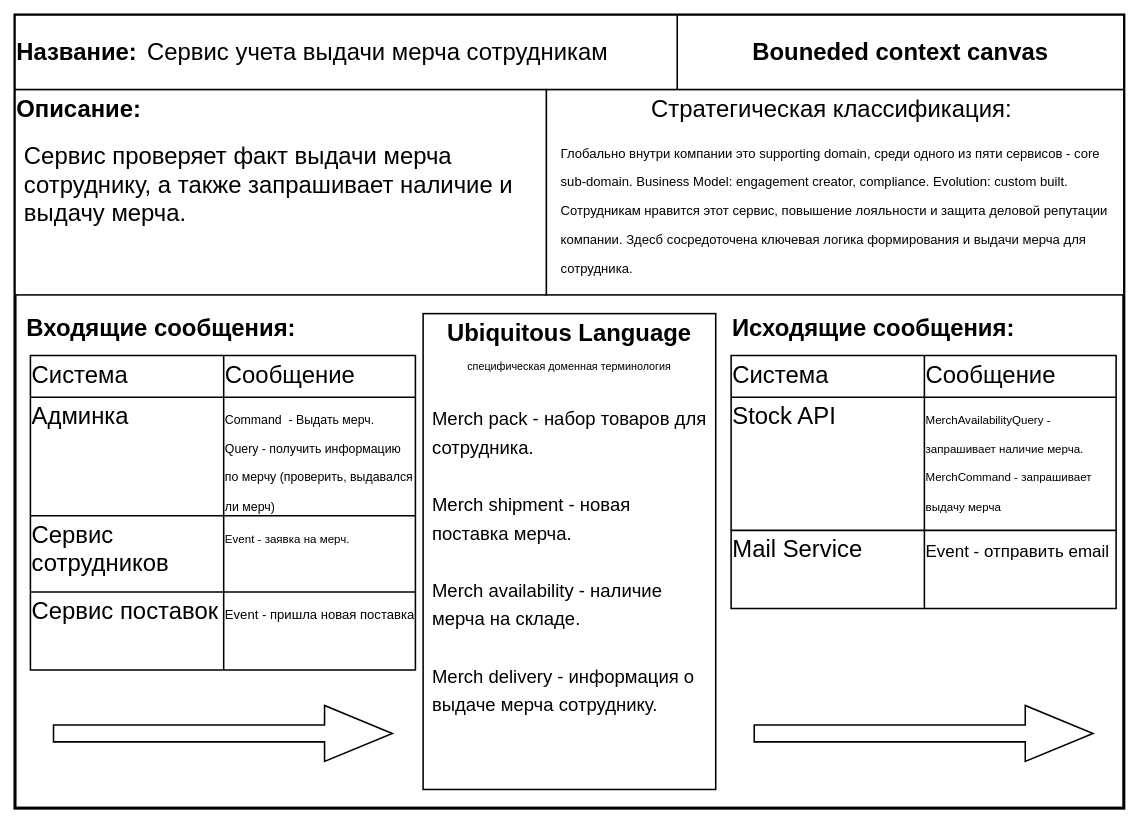
ozon-edu-csharp-2021/askolnik keeps this draw.io diagram as Bounded Context Canvas.drawio. Above is the earlier version. Source tidied: cells renumbered, new cells numbered last; positions are measured from the earlier drawing's top-left corner, leaving out a move shared by most shapes. Both pictures are drawn from the tidied source at 77%, with x=0, y=0 at pixel (15, 15).
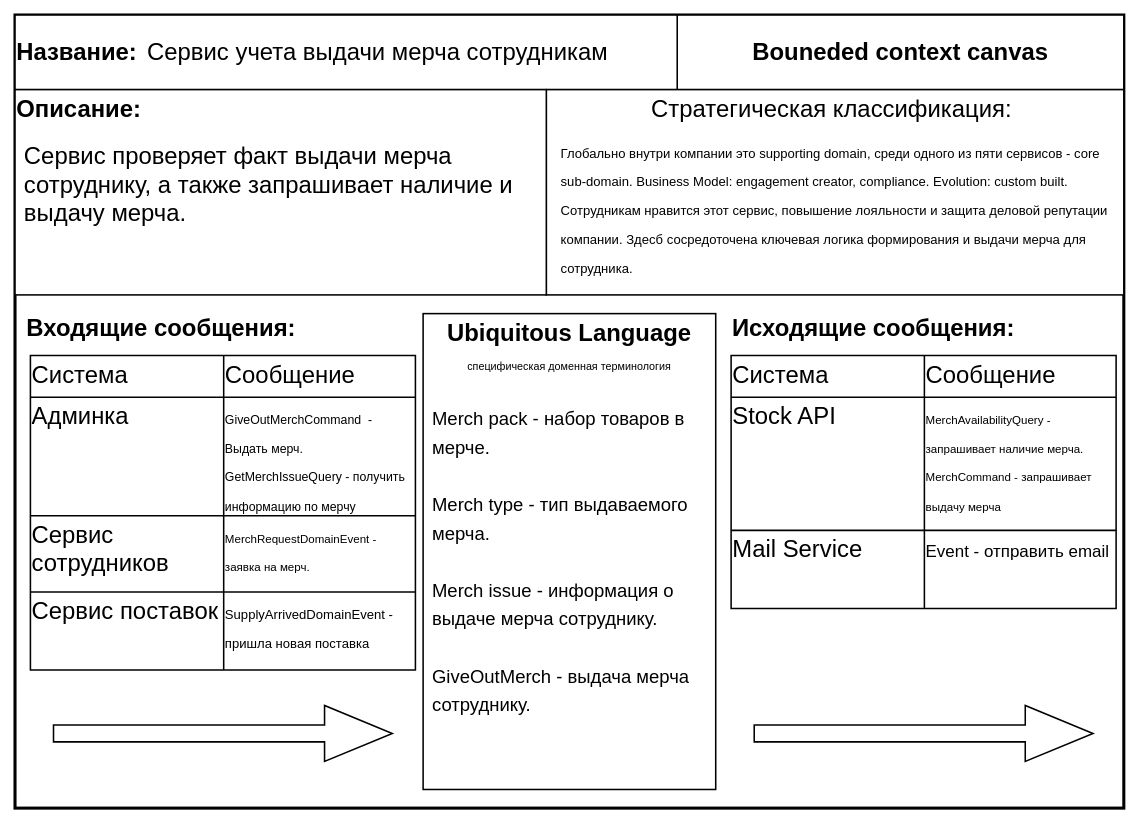
Above is the later version.

The change refers to these unchanged cells:
```xml
<mxCell id="2" style="group;" parent="1" vertex="1">
  <mxGeometry width="1440" height="1030" as="geometry" />
</mxCell>
<mxCell id="13" style="shape=partialRectangle;html=1;whiteSpace=wrap;fillColor=none;top=0;left=0;bottom=0;right=0;rounded=0;shadow=0;glass=0;sketch=0;fontSize=31;strokeColor=default;strokeWidth=2;align=left;verticalAlign=top;" parent="9" vertex="1">
  <mxGeometry y="54" width="500" height="154" as="geometry" />
</mxCell>
<mxCell id="16" style="shape=partialRectangle;html=1;whiteSpace=wrap;fillColor=none;top=0;left=0;bottom=0;right=0;rounded=0;shadow=0;glass=0;sketch=0;fontSize=31;strokeColor=default;strokeWidth=2;align=left;verticalAlign=top;" parent="9" vertex="1">
  <mxGeometry y="208" width="500" height="99" as="geometry" />
</mxCell>
<mxCell id="19" style="shape=partialRectangle;html=1;whiteSpace=wrap;fillColor=none;top=0;left=0;bottom=0;right=0;rounded=0;shadow=0;glass=0;sketch=0;fontSize=31;strokeColor=default;strokeWidth=2;align=left;verticalAlign=top;" parent="9" vertex="1">
  <mxGeometry y="307" width="500" height="101" as="geometry" />
</mxCell>
```

Diff of the diagram source:
```diff
@@
-    <mxCell id="15" value="&lt;font style=&quot;font-size: 16px&quot;&gt;Command&amp;nbsp; - Выдать мерч.&lt;br&gt;&lt;span&gt;Query - получить информацию по мерчу (проверить, выдавался ли мерч)&lt;/span&gt;&lt;br&gt;&lt;/font&gt;" style="shape=partialRectangle;html=1;whiteSpace=wrap;fillColor=none;top=0;left=0;bottom=0;right=0;overflow=hidden;rounded=0;shadow=0;glass=0;sketch=0;fontSize=31;strokeColor=default;strokeWidth=2;align=left;verticalAlign=top;" parent="13" vertex="1">
+    <mxCell id="15" value="&lt;font&gt;&lt;span style=&quot;font-size: 16px&quot;&gt;GiveOutMerchCommand&amp;nbsp; - Выдать мерч.&lt;/span&gt;&lt;br&gt;&lt;span style=&quot;font-size: 16px&quot;&gt;GetMerchIssueQuery - получить информацию по мерчу&lt;/span&gt;&lt;br&gt;&lt;/font&gt;" style="shape=partialRectangle;html=1;whiteSpace=wrap;fillColor=none;top=0;left=0;bottom=0;right=0;overflow=hidden;rounded=0;shadow=0;glass=0;sketch=0;fontSize=31;strokeColor=default;strokeWidth=2;align=left;verticalAlign=top;" parent="13" vertex="1">
       <mxGeometry x="251" width="249" height="154" as="geometry" />
     </mxCell>
@@
-    <mxCell id="18" value="&lt;span style=&quot;font-size: 15px&quot;&gt;Event&amp;nbsp;- заявка на мерч.&lt;br&gt;&lt;br&gt;&lt;/span&gt;" style="shape=partialRectangle;html=1;whiteSpace=wrap;fillColor=none;top=0;left=0;bottom=0;right=0;overflow=hidden;rounded=0;shadow=0;glass=0;sketch=0;fontSize=31;strokeColor=default;strokeWidth=2;align=left;verticalAlign=top;" parent="16" vertex="1">
+    <mxCell id="18" value="&lt;span style=&quot;font-size: 15px&quot;&gt;MerchRequestDomainEvent - заявка на мерч.&lt;/span&gt;&lt;br&gt;" style="shape=partialRectangle;html=1;whiteSpace=wrap;fillColor=none;top=0;left=0;bottom=0;right=0;overflow=hidden;rounded=0;shadow=0;glass=0;sketch=0;fontSize=31;strokeColor=default;strokeWidth=2;align=left;verticalAlign=top;" parent="16" vertex="1">
       <mxGeometry x="251" width="249" height="99" as="geometry" />
     </mxCell>
@@
-    <mxCell id="21" value="&lt;font style=&quot;font-size: 17px&quot;&gt;Event - пришла новая поставка&lt;/font&gt;" style="shape=partialRectangle;html=1;whiteSpace=wrap;fillColor=none;top=0;left=0;bottom=0;right=0;overflow=hidden;rounded=0;shadow=0;glass=0;sketch=0;fontSize=31;strokeColor=default;strokeWidth=2;align=left;verticalAlign=top;" parent="19" vertex="1">
+    <mxCell id="21" value="&lt;font style=&quot;font-size: 17px&quot;&gt;SupplyArrivedDomainEvent - пришла новая поставка&lt;/font&gt;" style="shape=partialRectangle;html=1;whiteSpace=wrap;fillColor=none;top=0;left=0;bottom=0;right=0;overflow=hidden;rounded=0;shadow=0;glass=0;sketch=0;fontSize=31;strokeColor=default;strokeWidth=2;align=left;verticalAlign=top;" parent="19" vertex="1">
       <mxGeometry x="251" width="249" height="101" as="geometry" />
     </mxCell>
@@
-    <mxCell id="45" value="&lt;font style=&quot;font-size: 24px&quot;&gt;Merch pack - набор товаров для сотрудника.&lt;br&gt;&lt;br&gt;Merch shipment - новая поставка мерча.&lt;br&gt;&lt;br&gt;Merch availability - наличие мерча на складе. &lt;br&gt;&lt;br&gt;Merch delivery - информация о выдаче мерча сотруднику.&lt;br&gt;&lt;br&gt;&lt;/font&gt;" style="text;html=1;strokeColor=none;fillColor=none;align=left;verticalAlign=top;whiteSpace=wrap;rounded=0;shadow=0;glass=0;sketch=0;fontSize=31;" parent="2" vertex="1">
-      <mxGeometry x="540" y="496.8" width="360" height="353.2" as="geometry" />
+    <mxCell id="45" value="&lt;font&gt;&lt;span style=&quot;font-size: 24px&quot;&gt;Merch pack - набор товаров в мерче.&lt;/span&gt;&lt;br&gt;&lt;br&gt;&lt;span style=&quot;font-size: 24px&quot;&gt;Merch type - тип выдаваемого мерча.&lt;/span&gt;&lt;br&gt;&lt;br&gt;&lt;span style=&quot;font-size: 24px&quot;&gt;Merch issue - информация о выдаче мерча сотруднику.&lt;/span&gt;&lt;br&gt;&lt;br&gt;&lt;span style=&quot;font-size: 24px&quot;&gt;GiveOutMerch - выдача мерча сотруднику.&lt;/span&gt;&lt;br&gt;&lt;br&gt;&lt;/font&gt;" style="text;html=1;strokeColor=none;fillColor=none;align=left;verticalAlign=top;whiteSpace=wrap;rounded=0;shadow=0;glass=0;sketch=0;fontSize=31;" parent="2" vertex="1">
+      <mxGeometry x="540" y="496.8" width="360" height="453.2" as="geometry" />
     </mxCell>
```
